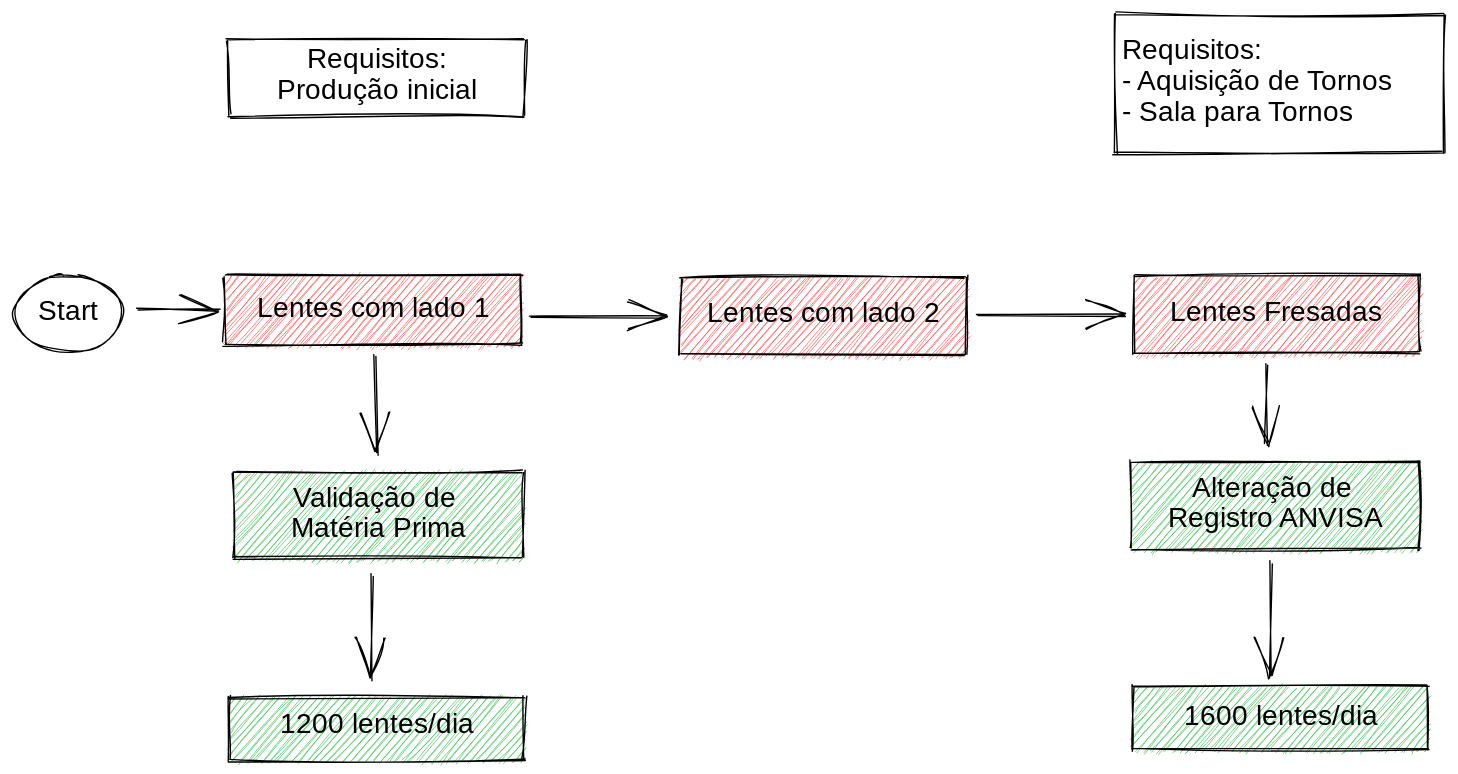
This is graph/timeline.excalidraw.svg from elias-rf/components, a Excalidraw export, as it was before one commit. Source tidied: one line per element, renumbered; positions are measured from the earlier drawing's top-left corner, leaving out a move shared by most shapes.
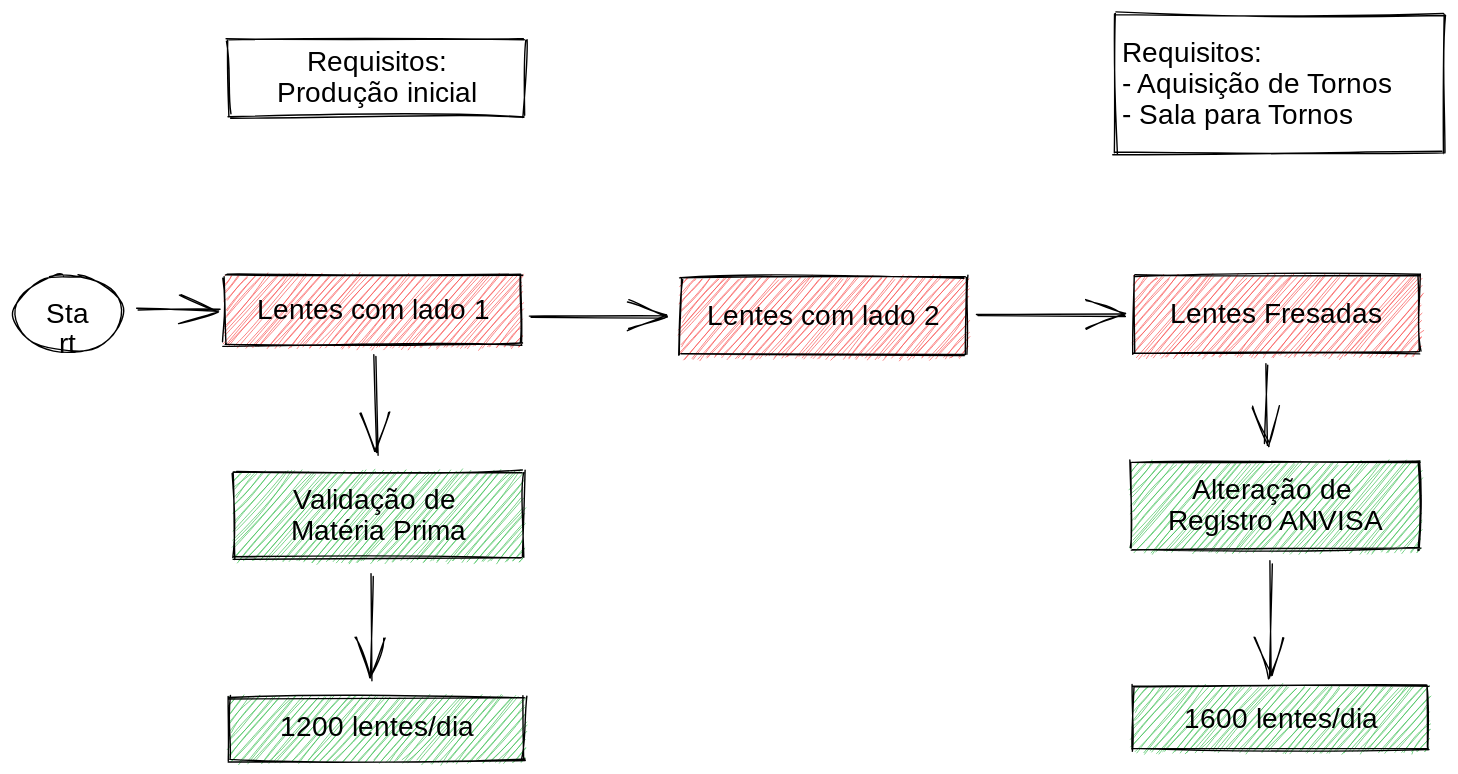
Later version of the same file.

Change to the diagram source:
```diff
@@ -1,27 +1,27 @@
 {"id": 0, "type": "ellipse", "strokeColor": "#000000", "strokeWidth": 1, "roughness": 1, "x": 0, "y": 186, "width": 77, "height": 55}
-{"id": 1, "type": "text", "text": "Start", "strokeColor": "#000000", "strokeWidth": 1, "roughness": 1, "fontSize": 20, "fontFamily": 1, "textAlign": "center", "verticalAlign": "middle", "inside": 0, "x": 5, "y": 203, "width": 67, "height": 22}
+{"id": 1, "type": "text", "text": "Sta\nrt", "strokeColor": "#000000", "strokeWidth": 1, "roughness": 1, "fontSize": 20, "fontFamily": 1, "textAlign": "center", "verticalAlign": "middle", "inside": 0, "x": 20, "y": 203, "width": 37, "height": 44}
 {"id": 2, "type": "rectangle", "strokeColor": "#000000", "backgroundColor": "#fa5252", "fillStyle": "hachure", "strokeWidth": 1, "roughness": 1, "x": 151, "y": 187, "width": 212, "height": 49}
 {"id": 3, "type": "rectangle", "strokeColor": "#000000", "strokeWidth": 1, "roughness": 1, "x": 153, "y": 18, "width": 212, "height": 55}
 {"id": 4, "type": "rectangle", "strokeColor": "#000000", "strokeWidth": 1, "roughness": 1, "x": 787, "y": 0, "width": 235, "height": 99}
-{"id": 5, "type": "text", "text": "Lentes com lado 1", "strokeColor": "#000000", "strokeWidth": 1, "roughness": 1, "fontSize": 20, "fontFamily": 1, "textAlign": "center", "verticalAlign": "middle", "inside": 2, "x": 156, "y": 200, "width": 202, "height": 22}
+{"id": 5, "type": "text", "text": "Lentes com lado 1", "strokeColor": "#000000", "strokeWidth": 1, "roughness": 1, "fontSize": 20, "fontFamily": 1, "textAlign": "center", "verticalAlign": "middle", "inside": 2, "x": 169, "y": 200, "width": 176, "height": 22}
-{"id": 6, "type": "text", "text": "Requisitos:\nProdução inicial", "strokeColor": "#000000", "strokeWidth": 1, "roughness": 1, "fontSize": 20, "fontFamily": 1, "textAlign": "center", "verticalAlign": "middle", "inside": 3, "x": 158, "y": 23, "width": 202, "height": 44}
+{"id": 6, "type": "text", "text": "Requisitos:\nProdução inicial", "strokeColor": "#000000", "strokeWidth": 1, "roughness": 1, "fontSize": 20, "fontFamily": 1, "textAlign": "center", "verticalAlign": "middle", "inside": 3, "x": 183, "y": 23, "width": 151, "height": 44}
-{"id": 7, "type": "text", "text": "Requisitos:\n- Aquisição de Tornos\n- Sala para Tornos", "strokeColor": "#000000", "strokeWidth": 1, "roughness": 1, "fontSize": 20, "fontFamily": 1, "verticalAlign": "middle", "inside": 4, "x": 792, "y": 16, "width": 225, "height": 66}
+{"id": 7, "type": "text", "text": "Requisitos:\n- Aquisição de Tornos\n- Sala para Tornos", "strokeColor": "#000000", "strokeWidth": 1, "roughness": 1, "fontSize": 20, "fontFamily": 1, "verticalAlign": "middle", "inside": 4, "x": 792, "y": 16, "width": 217, "height": 66}
 {"id": 8, "type": "rectangle", "strokeColor": "#000000", "backgroundColor": "#40c057", "fillStyle": "hachure", "strokeWidth": 1, "roughness": 1, "x": 157, "y": 327, "width": 206, "height": 62}
 {"id": 9, "type": "rectangle", "strokeColor": "#000000", "backgroundColor": "#40c057", "fillStyle": "hachure", "strokeWidth": 1, "roughness": 1, "x": 799, "y": 320, "width": 206, "height": 62}
-{"id": 10, "type": "text", "text": "Validação de \nMatéria Prima", "strokeColor": "#000000", "backgroundColor": "#40c057", "fillStyle": "hachure", "strokeWidth": 1, "roughness": 1, "fontSize": 20, "fontFamily": 1, "textAlign": "center", "verticalAlign": "middle", "inside": 8, "x": 162, "y": 336, "width": 196, "height": 44}
+{"id": 10, "type": "text", "text": "Validação de \nMatéria Prima", "strokeColor": "#000000", "backgroundColor": "#40c057", "fillStyle": "hachure", "strokeWidth": 1, "roughness": 1, "fontSize": 20, "fontFamily": 1, "textAlign": "center", "verticalAlign": "middle", "inside": 8, "x": 190, "y": 336, "width": 141, "height": 44}
-{"id": 11, "type": "text", "text": "Alteração de \nRegistro ANVISA", "strokeColor": "#000000", "backgroundColor": "#40c057", "fillStyle": "hachure", "strokeWidth": 1, "roughness": 1, "fontSize": 20, "fontFamily": 1, "textAlign": "center", "verticalAlign": "middle", "inside": 9, "x": 804, "y": 329, "width": 196, "height": 44}
+{"id": 11, "type": "text", "text": "Alteração de \nRegistro ANVISA", "strokeColor": "#000000", "backgroundColor": "#40c057", "fillStyle": "hachure", "strokeWidth": 1, "roughness": 1, "fontSize": 20, "fontFamily": 1, "textAlign": "center", "verticalAlign": "middle", "inside": 9, "x": 820, "y": 329, "width": 163, "height": 44}
 {"id": 12, "type": "rectangle", "strokeColor": "#000000", "backgroundColor": "#40c057", "fillStyle": "hachure", "strokeWidth": 1, "roughness": 1, "x": 153, "y": 488, "width": 211, "height": 45}
 {"id": 13, "type": "rectangle", "strokeColor": "#000000", "backgroundColor": "#40c057", "fillStyle": "hachure", "strokeWidth": 1, "roughness": 1, "x": 800, "y": 481, "width": 211, "height": 45}
-{"id": 14, "type": "text", "text": "1200 lentes/dia", "strokeColor": "#000000", "backgroundColor": "#40c057", "fillStyle": "hachure", "strokeWidth": 1, "roughness": 1, "fontSize": 20, "fontFamily": 1, "textAlign": "center", "verticalAlign": "middle", "inside": 12, "x": 158, "y": 498, "width": 201, "height": 22}
+{"id": 14, "type": "text", "text": "1200 lentes/dia", "strokeColor": "#000000", "backgroundColor": "#40c057", "fillStyle": "hachure", "strokeWidth": 1, "roughness": 1, "fontSize": 20, "fontFamily": 1, "textAlign": "center", "verticalAlign": "middle", "inside": 12, "x": 182, "y": 498, "width": 155, "height": 22}
-{"id": 15, "type": "text", "text": "1600 lentes/dia", "strokeColor": "#000000", "backgroundColor": "#40c057", "fillStyle": "hachure", "strokeWidth": 1, "roughness": 1, "fontSize": 20, "fontFamily": 1, "textAlign": "center", "verticalAlign": "middle", "inside": 13, "x": 805, "y": 492, "width": 201, "height": 22}
+{"id": 15, "type": "text", "text": "1600 lentes/dia", "strokeColor": "#000000", "backgroundColor": "#40c057", "fillStyle": "hachure", "strokeWidth": 1, "roughness": 1, "fontSize": 20, "fontFamily": 1, "textAlign": "center", "verticalAlign": "middle", "inside": 13, "x": 828, "y": 492, "width": 153, "height": 22}
-{"id": 16, "type": "arrow", "strokeColor": "#000000", "backgroundColor": "#40c057", "fillStyle": "hachure", "strokeWidth": 1, "roughness": 1, "endArrowhead": "arrow", "from": 8, "to": 12, "x": 256, "y": 401, "width": 0, "height": 75, "points": [[0, 0], [0, 75]]}
+{"id": 16, "type": "arrow", "strokeColor": "#000000", "backgroundColor": "#40c057", "fillStyle": "hachure", "strokeWidth": 1, "roughness": 1, "endArrowhead": "arrow", "round": true, "from": 8, "to": 12, "x": 256, "y": 401, "width": 0, "height": 75, "points": [[0, 0], [0, 75]]}
-{"id": 17, "type": "arrow", "strokeColor": "#000000", "backgroundColor": "#40c057", "fillStyle": "hachure", "strokeWidth": 1, "roughness": 1, "endArrowhead": "arrow", "from": 2, "to": 8, "x": 259, "y": 245, "width": 2, "height": 70, "points": [[0, 0], [2, 70]]}
+{"id": 17, "type": "arrow", "strokeColor": "#000000", "backgroundColor": "#40c057", "fillStyle": "hachure", "strokeWidth": 1, "roughness": 1, "endArrowhead": "arrow", "round": true, "from": 2, "to": 8, "x": 259, "y": 245, "width": 2, "height": 70, "points": [[0, 0], [2, 70]]}
 {"id": 18, "type": "rectangle", "strokeColor": "#000000", "backgroundColor": "#fa5252", "fillStyle": "hachure", "strokeWidth": 1, "roughness": 1, "x": 800, "y": 187, "width": 204, "height": 55}
 {"id": 19, "type": "rectangle", "strokeColor": "#000000", "backgroundColor": "#fa5252", "fillStyle": "hachure", "strokeWidth": 1, "roughness": 1, "x": 476, "y": 188, "width": 204, "height": 55}
-{"id": 20, "type": "text", "text": "Lentes Fresadas", "strokeColor": "#000000", "backgroundColor": "#fa5252", "fillStyle": "hachure", "strokeWidth": 1, "roughness": 1, "fontSize": 20, "fontFamily": 1, "textAlign": "center", "verticalAlign": "middle", "inside": 18, "x": 805, "y": 203, "width": 194, "height": 22}
+{"id": 20, "type": "text", "text": "Lentes Fresadas", "strokeColor": "#000000", "backgroundColor": "#fa5252", "fillStyle": "hachure", "strokeWidth": 1, "roughness": 1, "fontSize": 20, "fontFamily": 1, "textAlign": "center", "verticalAlign": "middle", "inside": 18, "x": 819, "y": 203, "width": 166, "height": 22}
-{"id": 21, "type": "text", "text": "Lentes com lado 2", "strokeColor": "#000000", "backgroundColor": "#fa5252", "fillStyle": "hachure", "strokeWidth": 1, "roughness": 1, "fontSize": 20, "fontFamily": 1, "textAlign": "center", "verticalAlign": "middle", "inside": 19, "x": 481, "y": 204, "width": 194, "height": 22}
+{"id": 21, "type": "text", "text": "Lentes com lado 2", "strokeColor": "#000000", "backgroundColor": "#fa5252", "fillStyle": "hachure", "strokeWidth": 1, "roughness": 1, "fontSize": 20, "fontFamily": 1, "textAlign": "center", "verticalAlign": "middle", "inside": 19, "x": 486, "y": 204, "width": 184, "height": 22}
-{"id": 22, "type": "arrow", "strokeColor": "#000000", "backgroundColor": "#fa5252", "fillStyle": "hachure", "strokeWidth": 1, "roughness": 1, "endArrowhead": "arrow", "from": 2, "to": 19, "x": 369, "y": 216, "width": 96, "height": 0, "points": [[0, 0], [96, 0]]}
+{"id": 22, "type": "arrow", "strokeColor": "#000000", "backgroundColor": "#fa5252", "fillStyle": "hachure", "strokeWidth": 1, "roughness": 1, "endArrowhead": "arrow", "round": true, "from": 2, "to": 19, "x": 369, "y": 216, "width": 96, "height": 0, "points": [[0, 0], [96, 0]]}
-{"id": 23, "type": "arrow", "strokeColor": "#000000", "backgroundColor": "#fa5252", "fillStyle": "hachure", "strokeWidth": 1, "roughness": 1, "endArrowhead": "arrow", "from": 0, "to": 2, "x": 88, "y": 212, "width": 59, "height": 0, "points": [[0, 0], [59, 0]]}
+{"id": 23, "type": "arrow", "strokeColor": "#000000", "backgroundColor": "#fa5252", "fillStyle": "hachure", "strokeWidth": 1, "roughness": 1, "endArrowhead": "arrow", "round": true, "from": 0, "to": 2, "x": 88, "y": 212, "width": 59, "height": 0, "points": [[0, 0], [59, 0]]}
-{"id": 24, "type": "arrow", "strokeColor": "#000000", "backgroundColor": "#fa5252", "fillStyle": "hachure", "strokeWidth": 1, "roughness": 1, "endArrowhead": "arrow", "from": 18, "to": 9, "x": 895, "y": 251, "width": 1, "height": 56, "points": [[0, 0], [-1, 56]]}
+{"id": 24, "type": "arrow", "strokeColor": "#000000", "backgroundColor": "#fa5252", "fillStyle": "hachure", "strokeWidth": 1, "roughness": 1, "endArrowhead": "arrow", "round": true, "from": 18, "to": 9, "x": 895, "y": 251, "width": 1, "height": 56, "points": [[0, 0], [-1, 56]]}
-{"id": 25, "type": "arrow", "strokeColor": "#000000", "backgroundColor": "#fa5252", "fillStyle": "hachure", "strokeWidth": 1, "roughness": 1, "endArrowhead": "arrow", "from": 9, "to": 13, "x": 898, "y": 392, "width": 0, "height": 81, "points": [[0, 0], [0, 81]]}
+{"id": 25, "type": "arrow", "strokeColor": "#000000", "backgroundColor": "#fa5252", "fillStyle": "hachure", "strokeWidth": 1, "roughness": 1, "endArrowhead": "arrow", "round": true, "from": 9, "to": 13, "x": 898, "y": 392, "width": 0, "height": 81, "points": [[0, 0], [0, 81]]}
-{"id": 26, "type": "arrow", "strokeColor": "#000000", "strokeWidth": 1, "roughness": 1, "endArrowhead": "arrow", "from": 19, "to": 18, "x": 688, "y": 215, "width": 106, "height": 1, "points": [[0, 0], [106, 1]]}
+{"id": 26, "type": "arrow", "strokeColor": "#000000", "strokeWidth": 1, "roughness": 1, "endArrowhead": "arrow", "round": true, "from": 19, "to": 18, "x": 688, "y": 215, "width": 106, "height": 1, "points": [[0, 0], [106, 1]]}
```
